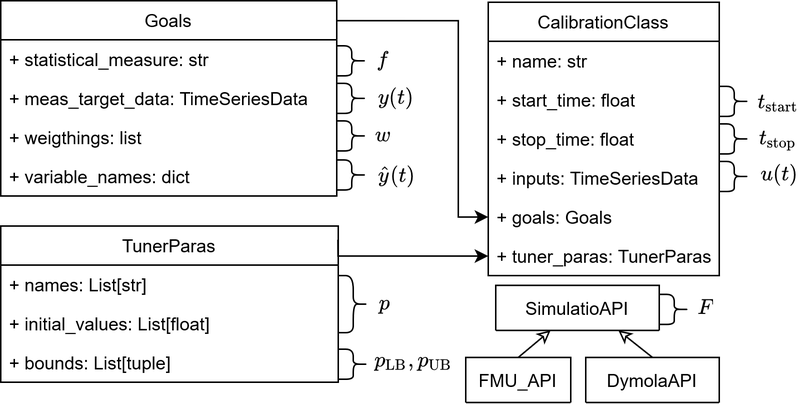
Earlier version of the draw.io export docs/img/paper_fig_2.png (RWTH-EBC/AixCaliBuHA). Source tidied: cells renumbered, new cells last; positions are measured from the earlier drawing's top-left corner, leaving out a move shared by most shapes.
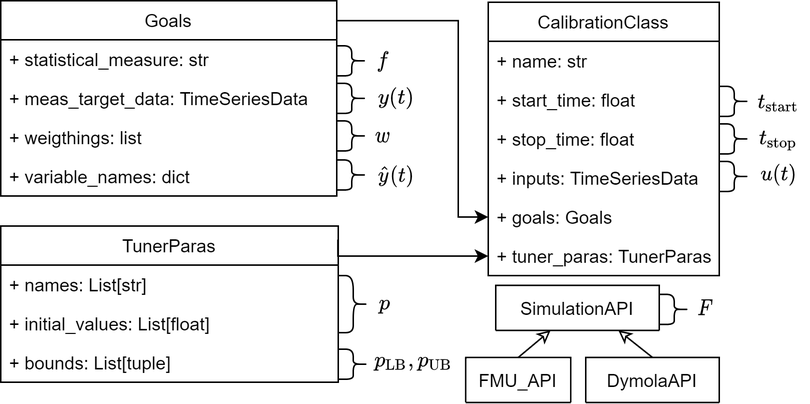
After the change.

Commit message:
chore: fix typo in paper

Change to the diagram source:
```diff
@@ -119,7 +119,7 @@
         </Array>
       </mxGeometry>
     </mxCell>
-    <mxCell id="38" value="SimulatioAPI" style="swimlane;fontStyle=0;horizontal=1;startSize=50;fillColor=none;" parent="1" vertex="1">
+    <mxCell id="38" value="SimulationAPI" style="swimlane;fontStyle=0;horizontal=1;startSize=50;fillColor=none;" parent="1" vertex="1">
       <mxGeometry x="330" y="189.5" width="109" height="30" as="geometry" />
     </mxCell>
     <mxCell id="39" value="DymolaAPI" style="swimlane;fontStyle=0;horizontal=1;startSize=50;fillColor=none;" parent="1" vertex="1">
```
